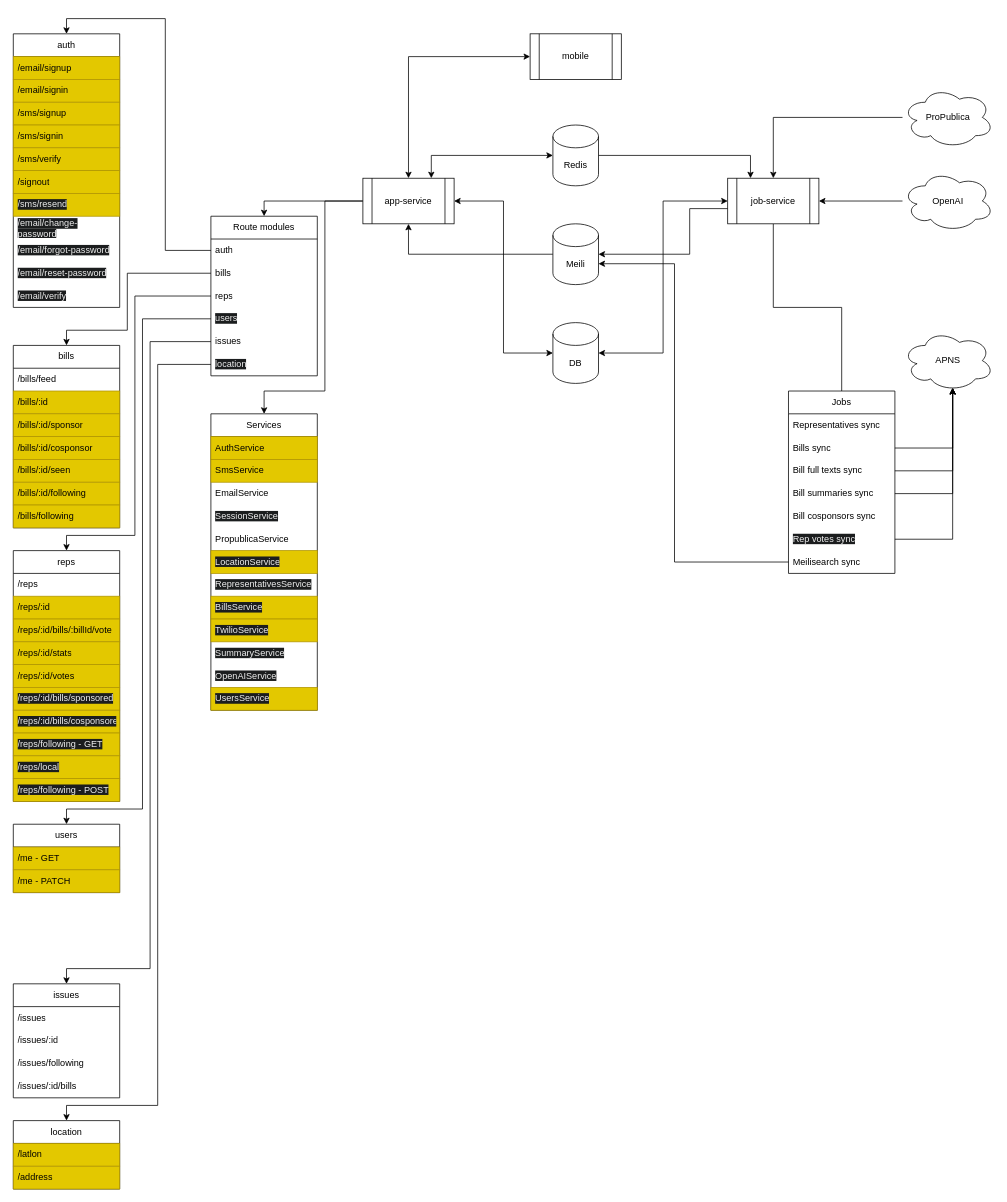
Before: architecture/Architecture.drawio in Breakdown/breakdown-services, a draw.io diagram. Source tidied: cells renumbered, new cells numbered last; positions are measured from the earlier drawing's top-left corner, leaving out a move shared by most shapes. Both pictures are drawn from the tidied source at 76%, with x=0, y=0 at pixel (13, 33).
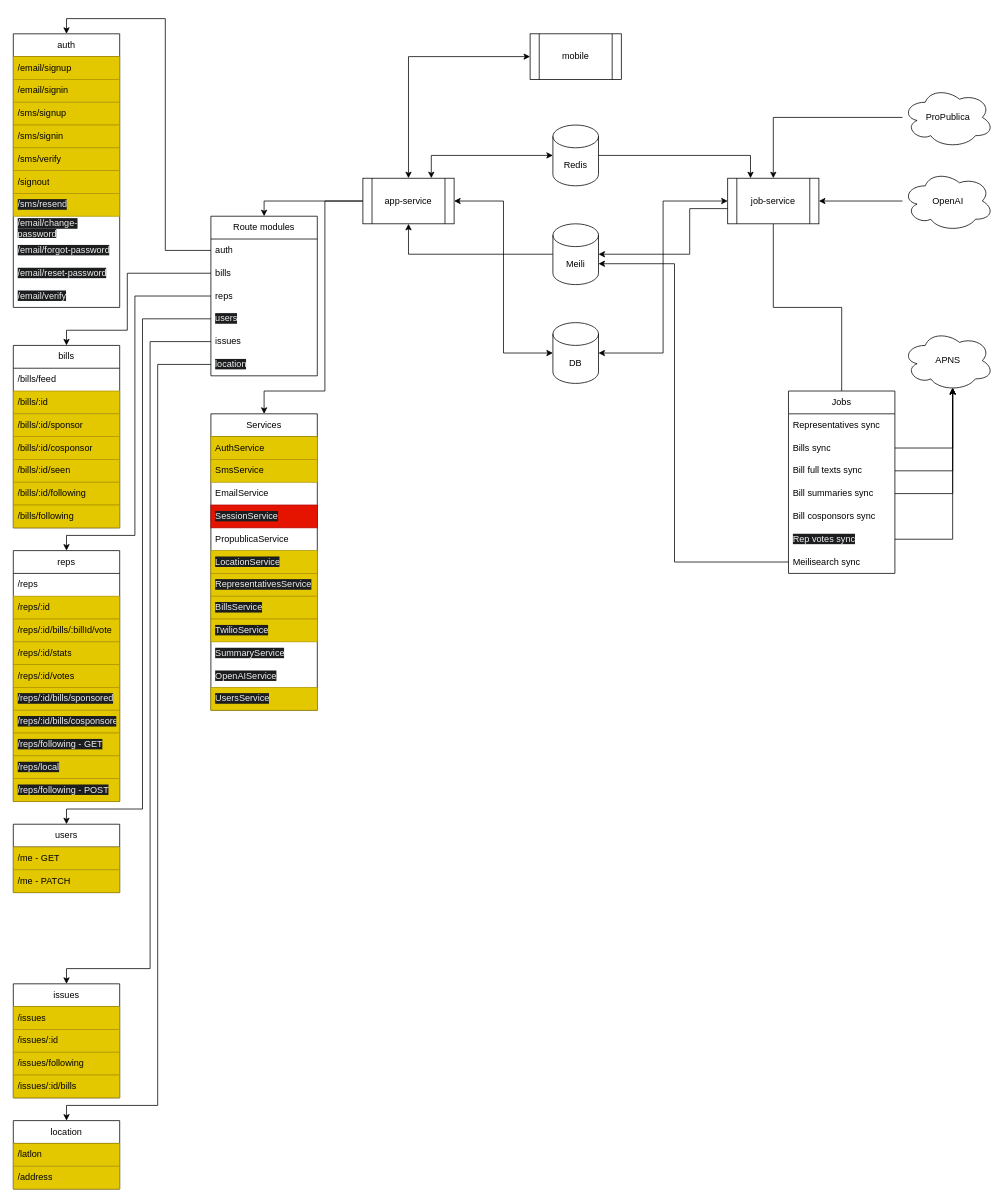
After the change.

Commit message (it also covers changes not shown here):
Add issues routes and service

Unchanged cells that the change refers to:
```xml
<mxCell id="65" value="issues" style="swimlane;fontStyle=0;horizontal=1;startSize=30;whiteSpace=wrap;html=1;" parent="1" vertex="1">
  <mxGeometry y="1250" width="140" height="150" as="geometry" />
</mxCell>
<mxCell id="91" value="Services" style="swimlane;fontStyle=0;horizontal=1;startSize=30;whiteSpace=wrap;html=1;" parent="1" vertex="1">
  <mxGeometry x="260" y="500" width="140" height="390" as="geometry" />
</mxCell>
```

What changed in the source:
```diff
@@
-    <mxCell id="66" value="/issues" style="text;strokeColor=none;fillColor=none;align=left;verticalAlign=middle;spacingLeft=4;spacingRight=4;overflow=hidden;whiteSpace=wrap;html=1;" parent="65" vertex="1">
+    <mxCell id="66" value="/issues" style="text;strokeColor=#B09500;fillColor=#e3c800;align=left;verticalAlign=middle;spacingLeft=4;spacingRight=4;overflow=hidden;whiteSpace=wrap;html=1;fontColor=#000000;" parent="65" vertex="1">
       <mxGeometry y="30" width="140" height="30" as="geometry" />
     </mxCell>
-    <mxCell id="67" value="/issues/:id" style="text;strokeColor=none;fillColor=none;align=left;verticalAlign=middle;spacingLeft=4;spacingRight=4;overflow=hidden;whiteSpace=wrap;html=1;" parent="65" vertex="1">
+    <mxCell id="67" value="/issues/:id" style="text;strokeColor=#B09500;fillColor=#e3c800;align=left;verticalAlign=middle;spacingLeft=4;spacingRight=4;overflow=hidden;whiteSpace=wrap;html=1;fontColor=#000000;" parent="65" vertex="1">
       <mxGeometry y="60" width="140" height="30" as="geometry" />
     </mxCell>
-    <mxCell id="68" value="/issues/following" style="text;strokeColor=none;fillColor=none;align=left;verticalAlign=middle;spacingLeft=4;spacingRight=4;overflow=hidden;whiteSpace=wrap;html=1;" parent="65" vertex="1">
+    <mxCell id="68" value="/issues/following" style="text;strokeColor=#B09500;fillColor=#e3c800;align=left;verticalAlign=middle;spacingLeft=4;spacingRight=4;overflow=hidden;whiteSpace=wrap;html=1;fontColor=#000000;" parent="65" vertex="1">
       <mxGeometry y="90" width="140" height="30" as="geometry" />
     </mxCell>
-    <mxCell id="69" value="/issues/:id/bills" style="text;strokeColor=none;fillColor=none;align=left;verticalAlign=middle;spacingLeft=4;spacingRight=4;overflow=hidden;whiteSpace=wrap;html=1;" parent="65" vertex="1">
+    <mxCell id="69" value="/issues/:id/bills" style="text;strokeColor=#B09500;fillColor=#e3c800;align=left;verticalAlign=middle;spacingLeft=4;spacingRight=4;overflow=hidden;whiteSpace=wrap;html=1;fontColor=#000000;" parent="65" vertex="1">
       <mxGeometry y="120" width="140" height="30" as="geometry" />
     </mxCell>
@@
-    <mxCell id="95" value="&lt;span style=&quot;color: rgb(240, 240, 240); font-family: Helvetica; font-size: 12px; font-style: normal; font-variant-ligatures: normal; font-variant-caps: normal; font-weight: 400; letter-spacing: normal; orphans: 2; text-align: left; text-indent: 0px; text-transform: none; widows: 2; word-spacing: 0px; -webkit-text-stroke-width: 0px; background-color: rgb(27, 29, 30); text-decoration-thickness: initial; text-decoration-style: initial; text-decoration-color: initial; float: none; display: inline !important;&quot;&gt;SessionService&lt;/span&gt;" style="text;strokeColor=none;fillColor=none;align=left;verticalAlign=middle;spacingLeft=4;spacingRight=4;overflow=hidden;whiteSpace=wrap;html=1;" parent="91" vertex="1">
+    <mxCell id="95" value="&lt;span style=&quot;color: rgb(240, 240, 240); font-family: Helvetica; font-size: 12px; font-style: normal; font-variant-ligatures: normal; font-variant-caps: normal; font-weight: 400; letter-spacing: normal; orphans: 2; text-align: left; text-indent: 0px; text-transform: none; widows: 2; word-spacing: 0px; -webkit-text-stroke-width: 0px; background-color: rgb(27, 29, 30); text-decoration-thickness: initial; text-decoration-style: initial; text-decoration-color: initial; float: none; display: inline !important;&quot;&gt;SessionService&lt;/span&gt;" style="text;strokeColor=#B20000;fillColor=#e51400;align=left;verticalAlign=middle;spacingLeft=4;spacingRight=4;overflow=hidden;whiteSpace=wrap;html=1;fontColor=#ffffff;" parent="91" vertex="1">
       <mxGeometry y="120" width="140" height="30" as="geometry" />
     </mxCell>
@@
-    <mxCell id="98" value="&lt;span style=&quot;color: rgb(240, 240, 240); font-family: Helvetica; font-size: 12px; font-style: normal; font-variant-ligatures: normal; font-variant-caps: normal; font-weight: 400; letter-spacing: normal; orphans: 2; text-align: left; text-indent: 0px; text-transform: none; widows: 2; word-spacing: 0px; -webkit-text-stroke-width: 0px; background-color: rgb(27, 29, 30); text-decoration-thickness: initial; text-decoration-style: initial; text-decoration-color: initial; float: none; display: inline !important;&quot;&gt;RepresentativesService&lt;/span&gt;" style="text;strokeColor=none;fillColor=none;align=left;verticalAlign=middle;spacingLeft=4;spacingRight=4;overflow=hidden;whiteSpace=wrap;html=1;" parent="91" vertex="1">
+    <mxCell id="98" value="&lt;span style=&quot;color: rgb(240, 240, 240); font-family: Helvetica; font-size: 12px; font-style: normal; font-variant-ligatures: normal; font-variant-caps: normal; font-weight: 400; letter-spacing: normal; orphans: 2; text-align: left; text-indent: 0px; text-transform: none; widows: 2; word-spacing: 0px; -webkit-text-stroke-width: 0px; background-color: rgb(27, 29, 30); text-decoration-thickness: initial; text-decoration-style: initial; text-decoration-color: initial; float: none; display: inline !important;&quot;&gt;RepresentativesService&lt;/span&gt;" style="text;strokeColor=#B09500;fillColor=#e3c800;align=left;verticalAlign=middle;spacingLeft=4;spacingRight=4;overflow=hidden;whiteSpace=wrap;html=1;fontColor=#000000;" parent="91" vertex="1">
       <mxGeometry y="210" width="140" height="30" as="geometry" />
     </mxCell>
```
